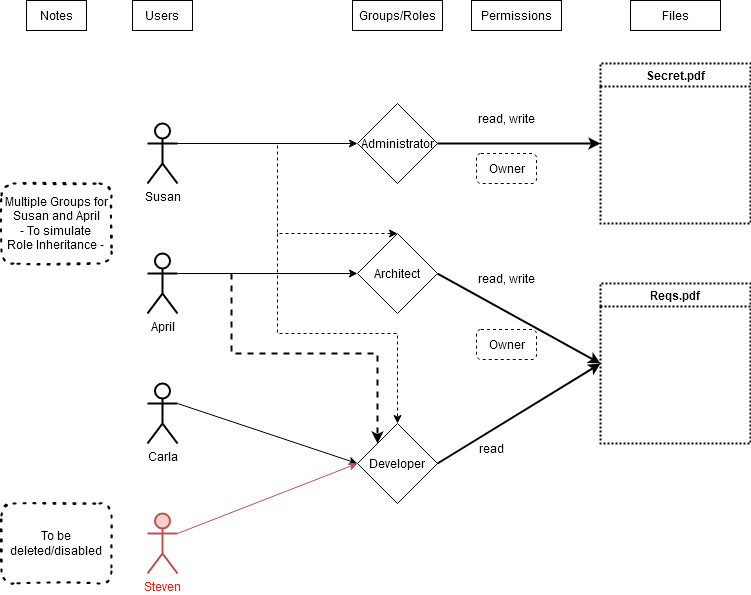
Nobel-CS/RBAC_test keeps this draw.io diagram as Expanded Plan - top.png. Above is the earlier version. Source tidied: cells renumbered, new cells last; positions are measured from the earlier drawing's top-left corner, leaving out a move shared by most shapes.
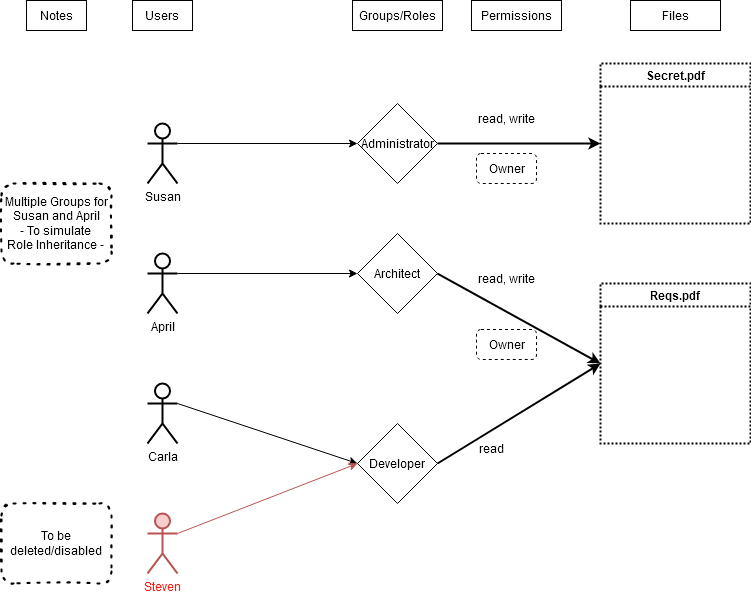
Later version of the same file.

What changed in the source:
```diff
@@ -44,23 +44,6 @@
     <mxCell id="15" value="Developer" style="rhombus;whiteSpace=wrap;html=1;fillColor=none;" parent="1" vertex="1">
       <mxGeometry x="356" y="423" width="80" height="80" as="geometry" />
     </mxCell>
-    <mxCell id="16" style="endArrow=classic;html=1;rounded=0;exitX=1;exitY=0.3333333333333333;exitDx=0;exitDy=0;exitPerimeter=0;entryX=0.5;entryY=0;entryDx=0;entryDy=0;dashed=1;" parent="1" edge="1" source="3" target="13">
-      <mxGeometry relative="1" as="geometry">
-        <Array as="points">
-          <mxPoint x="276" y="143" />
-          <mxPoint x="276" y="233" />
-        </Array>
-      </mxGeometry>
-    </mxCell>
-    <mxCell id="17" style="endArrow=classic;html=1;rounded=0;entryX=0.5;entryY=0;entryDx=0;entryDy=0;dashed=1;" parent="1" edge="1" target="15">
-      <mxGeometry relative="1" as="geometry">
-        <mxPoint x="276" y="233" as="sourcePoint" />
-        <Array as="points">
-          <mxPoint x="276" y="333" />
-          <mxPoint x="396" y="333" />
-        </Array>
-      </mxGeometry>
-    </mxCell>
     <mxCell id="18" value="Users" style="text;html=1;strokeColor=default;fillColor=none;align=center;verticalAlign=middle;whiteSpace=wrap;rounded=0;" parent="1" vertex="1">
       <mxGeometry x="131" width="60" height="30" as="geometry" />
     </mxCell>
@@ -70,15 +53,6 @@
     <mxCell id="20" value="&lt;div&gt;Multiple Groups for Susan and April&lt;/div&gt;&lt;div&gt;- To simulate &lt;br&gt;&lt;/div&gt;&lt;div&gt;Role Inheritance -&lt;br&gt;&lt;/div&gt;" style="text;html=1;strokeColor=default;fillColor=none;align=center;verticalAlign=middle;whiteSpace=wrap;rounded=1;dashed=1;strokeWidth=2;dashPattern=1 4;glass=0;sketch=1;shadow=0;" parent="1" vertex="1">
       <mxGeometry y="183" width="110" height="80" as="geometry" />
     </mxCell>
-    <mxCell id="21" style="endArrow=classic;html=1;rounded=0;dashed=1;entryX=0;entryY=0;entryDx=0;entryDy=0;strokeWidth=2;" parent="1" edge="1" target="15">
-      <mxGeometry relative="1" as="geometry">
-        <mxPoint x="230" y="273" as="sourcePoint" />
-        <Array as="points">
-          <mxPoint x="230" y="353" />
-          <mxPoint x="376" y="353" />
-        </Array>
-      </mxGeometry>
-    </mxCell>
     <mxCell id="22" value="Reqs.pdf" style="swimlane;whiteSpace=wrap;html=1;dashed=1;strokeColor=default;strokeWidth=2;dashPattern=1 1;fillColor=none;" parent="1" vertex="1">
       <mxGeometry x="599" y="283" width="150" height="160" as="geometry" />
     </mxCell>
```
